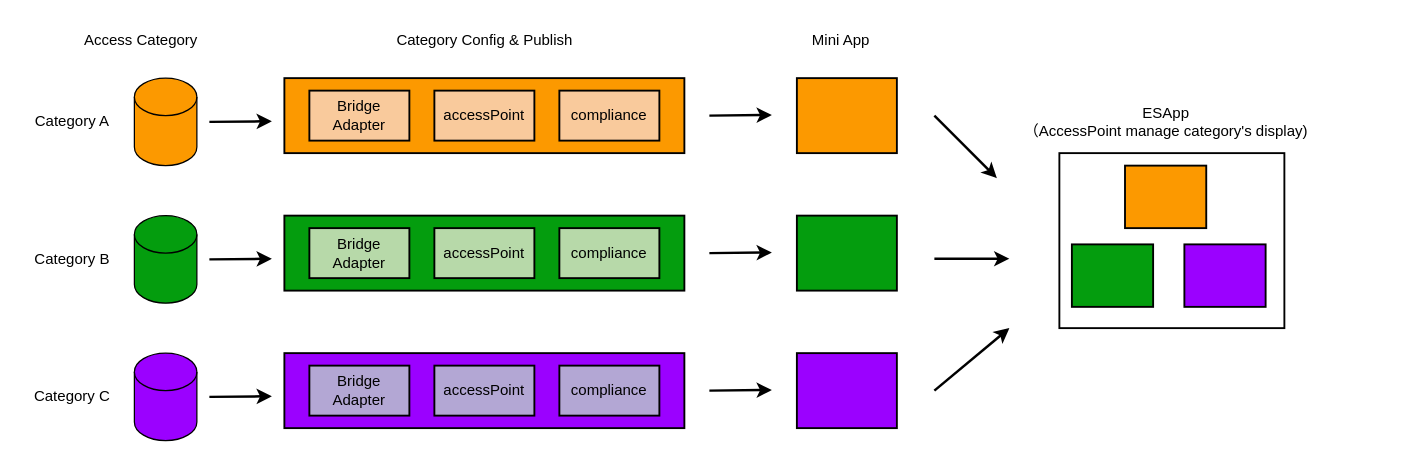
This is page "首页" (1 of 4) of 未命名绘图.drawio from ashen-23/DrawIORepo, a draw.io file, before an edit. Source tidied: cells renumbered, new cells numbered last; positions are measured from the earlier drawing's top-left corner, leaving out a move shared by most shapes. Both pictures are drawn from the tidied source at 125%, with x=0, y=0 at pixel (21, 21).
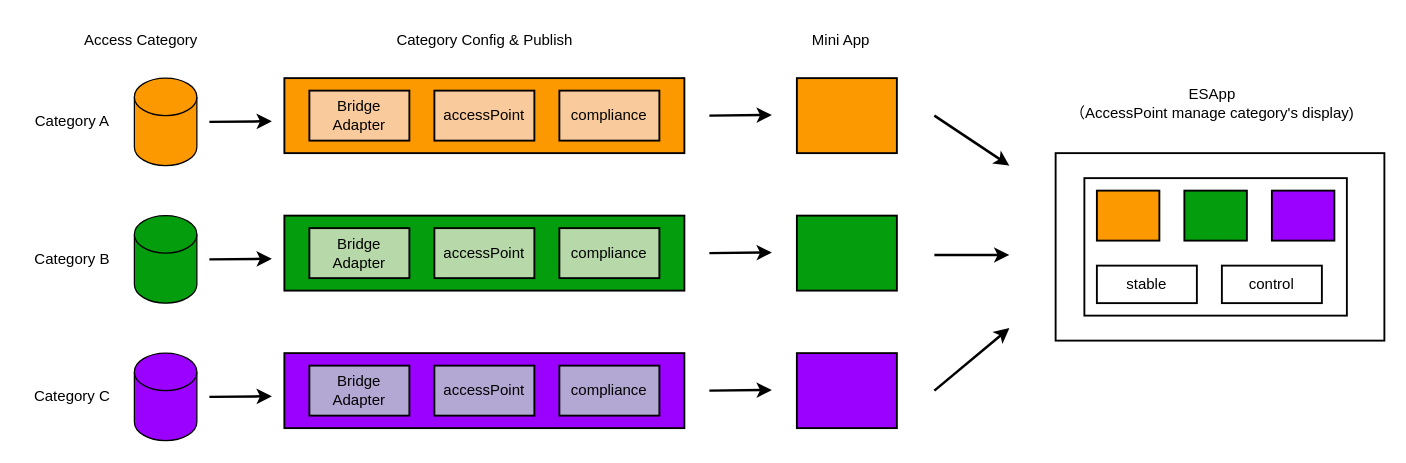
After the change.

The edit, as a diff of the source:
```diff
@@
-    <mxCell id="10" style="whiteSpace=wrap;html=1;strokeWidth=1.5;" parent="1" vertex="1">
-      <mxGeometry x="830" y="105" width="180" height="140" as="geometry" />
-    </mxCell>
     <mxCell id="11" value="ESApp&lt;br&gt;（AccessPoint manage category's display)" style="text;html=1;align=center;verticalAlign=middle;strokeColor=none;fillColor=none;" parent="1" vertex="1">
-      <mxGeometry x="790" y="60" width="250" height="40" as="geometry" />
+      <mxGeometry x="827" y="45" width="250" height="40" as="geometry" />
     </mxCell>
@@
     <mxCell id="33" style="endArrow=classic;html=1;rounded=0;strokeWidth=2;fontColor=#FFFFFF;" parent="1" edge="1">
       <mxGeometry relative="1" as="geometry">
         <mxPoint x="730" y="75" as="sourcePoint" />
-        <mxPoint x="780" y="125" as="targetPoint" />
+        <mxPoint x="790" y="115" as="targetPoint" />
       </mxGeometry>
     </mxCell>
     <mxCell id="34" style="endArrow=classic;html=1;rounded=0;strokeWidth=2;fontColor=#FFFFFF;" parent="1" edge="1">
       <mxGeometry relative="1" as="geometry">
-        <mxPoint x="730" y="189.5" as="sourcePoint" />
-        <mxPoint x="790" y="189.5" as="targetPoint" />
+        <mxPoint x="730" y="186.5" as="sourcePoint" />
+        <mxPoint x="790" y="186.5" as="targetPoint" />
       </mxGeometry>
     </mxCell>
@@
+    <mxCell id="40" style="group;" parent="1" vertex="1">
+      <mxGeometry x="827" y="105" width="263" height="150" as="geometry" />
+    </mxCell>
+    <mxCell id="41" style="whiteSpace=wrap;html=1;rounded=0;shadow=0;glass=0;strokeColor=#000000;strokeWidth=1.5;fontColor=#000000;fillColor=none;gradientColor=none;" parent="40" vertex="1">
+      <mxGeometry width="263" height="150" as="geometry" />
+    </mxCell>
+    <mxCell id="10" style="whiteSpace=wrap;html=1;strokeWidth=1.5;" parent="40" vertex="1">
+      <mxGeometry x="23" y="20" width="210" height="110" as="geometry" />
+    </mxCell>
-    <mxCell id="37" style="rounded=0;whiteSpace=wrap;html=1;strokeWidth=1.5;fillColor=#FC9900;" parent="1" vertex="1">
-      <mxGeometry x="882.5" y="115" width="65" height="50" as="geometry" />
+    <mxCell id="37" style="rounded=0;whiteSpace=wrap;html=1;strokeWidth=1.5;fillColor=#FC9900;" parent="40" vertex="1">
+      <mxGeometry x="33" y="30" width="50" height="40" as="geometry" />
     </mxCell>
-    <mxCell id="38" style="rounded=0;whiteSpace=wrap;html=1;strokeWidth=1.5;fillColor=#049D0E;" parent="1" vertex="1">
-      <mxGeometry x="840" y="178" width="65" height="50" as="geometry" />
+    <mxCell id="38" style="rounded=0;whiteSpace=wrap;html=1;strokeWidth=1.5;fillColor=#049D0E;" parent="40" vertex="1">
+      <mxGeometry x="103" y="30" width="50" height="40" as="geometry" />
     </mxCell>
-    <mxCell id="39" style="rounded=0;whiteSpace=wrap;html=1;strokeWidth=1.5;fillColor=#9B01FF;" parent="1" vertex="1">
-      <mxGeometry x="930" y="178" width="65" height="50" as="geometry" />
+    <mxCell id="39" style="rounded=0;whiteSpace=wrap;html=1;strokeWidth=1.5;fillColor=#9B01FF;" parent="40" vertex="1">
+      <mxGeometry x="173" y="30" width="50" height="40" as="geometry" />
     </mxCell>
+    <mxCell id="42" value="stable" style="whiteSpace=wrap;html=1;rounded=0;shadow=0;glass=0;strokeColor=#000000;strokeWidth=1.5;fontColor=#000000;fillColor=none;gradientColor=none;" parent="40" vertex="1">
+      <mxGeometry x="33" y="90" width="80" height="30" as="geometry" />
+    </mxCell>
+    <mxCell id="43" value="control" style="whiteSpace=wrap;html=1;rounded=0;shadow=0;glass=0;strokeColor=#000000;strokeWidth=1.5;fontColor=#000000;fillColor=none;gradientColor=none;" parent="40" vertex="1">
+      <mxGeometry x="133" y="90" width="80" height="30" as="geometry" />
+    </mxCell>
```
